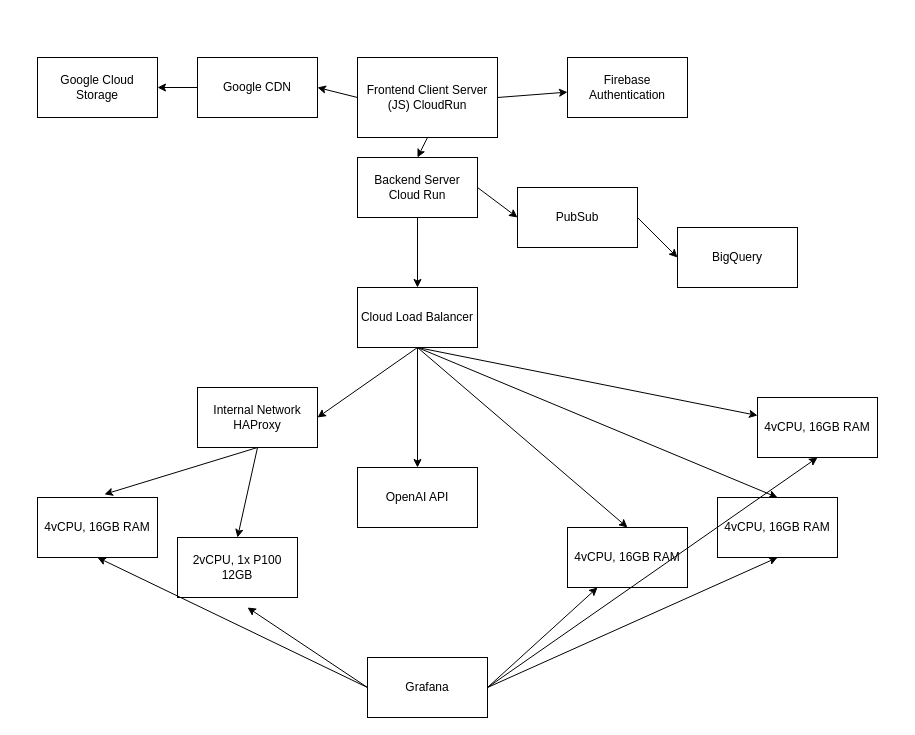
mzen17/Character-Neural-Engine keeps this draw.io diagram as diagrams/infrastructure.drawio. Above is the earlier version. Source tidied: cells renumbered, new cells numbered last; positions are measured from the earlier drawing's top-left corner, leaving out a move shared by most shapes. Both pictures are drawn from the tidied source at 100%, with x=0, y=0 at pixel (37, 57).
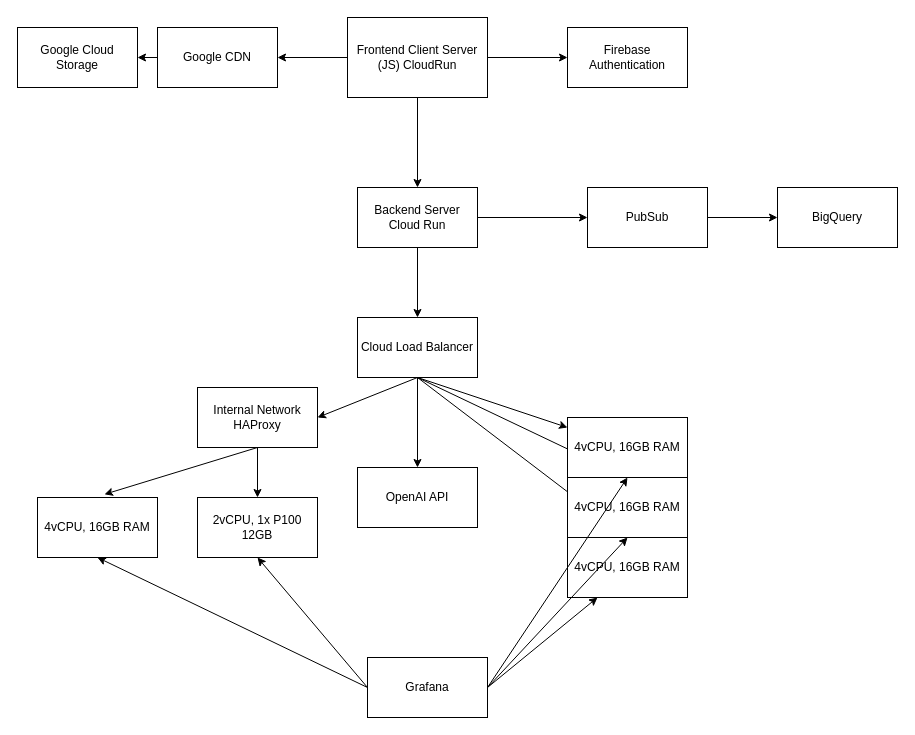
After the change.

Unchanged cells that the change refers to:
```xml
<mxCell id="36" value="Grafana" style="rounded=0;whiteSpace=wrap;html=1;" parent="1" vertex="1">
  <mxGeometry x="330" y="600" width="120" height="60" as="geometry" />
</mxCell>
```

Change to the diagram source:
```diff
@@
     <mxCell id="5" value="Frontend Client Server (JS) CloudRun" style="rounded=0;whiteSpace=wrap;html=1;" parent="1" vertex="1">
-      <mxGeometry x="320" width="140" height="80" as="geometry" />
+      <mxGeometry x="310" y="-40" width="140" height="80" as="geometry" />
     </mxCell>
@@
     <mxCell id="7" value="Google CDN" style="rounded=0;whiteSpace=wrap;html=1;" parent="1" vertex="1">
-      <mxGeometry x="160" width="120" height="60" as="geometry" />
+      <mxGeometry x="120" y="-30" width="120" height="60" as="geometry" />
     </mxCell>
     <mxCell id="8" value="Google Cloud Storage" style="rounded=0;whiteSpace=wrap;html=1;" parent="1" vertex="1">
-      <mxGeometry width="120" height="60" as="geometry" />
+      <mxGeometry x="-20" y="-30" width="120" height="60" as="geometry" />
     </mxCell>
@@
     <mxCell id="17" value="Cloud Load Balancer" style="rounded=0;whiteSpace=wrap;html=1;" parent="1" vertex="1">
-      <mxGeometry x="320" y="230" width="120" height="60" as="geometry" />
+      <mxGeometry x="320" y="260" width="120" height="60" as="geometry" />
     </mxCell>
@@
     <mxCell id="20" value="Backend Server Cloud Run" style="rounded=0;whiteSpace=wrap;html=1;" parent="1" vertex="1">
-      <mxGeometry x="320" y="100" width="120" height="60" as="geometry" />
+      <mxGeometry x="320" y="130" width="120" height="60" as="geometry" />
     </mxCell>
     <mxCell id="21" value="2vCPU, 1x P100 12GB" style="rounded=0;whiteSpace=wrap;html=1;" parent="1" vertex="1">
-      <mxGeometry x="140" y="480" width="120" height="60" as="geometry" />
+      <mxGeometry x="160" y="440" width="120" height="60" as="geometry" />
     </mxCell>
     <mxCell id="22" value="4vCPU, 16GB RAM" style="rounded=0;whiteSpace=wrap;html=1;" parent="1" vertex="1">
-      <mxGeometry x="530" y="470" width="120" height="60" as="geometry" />
+      <mxGeometry x="530" y="480" width="120" height="60" as="geometry" />
     </mxCell>
     <mxCell id="23" value="4vCPU, 16GB RAM" style="rounded=0;whiteSpace=wrap;html=1;" parent="1" vertex="1">
-      <mxGeometry x="680" y="440" width="120" height="60" as="geometry" />
+      <mxGeometry x="530" y="420" width="120" height="60" as="geometry" />
     </mxCell>
     <mxCell id="24" value="4vCPU, 16GB RAM" style="rounded=0;whiteSpace=wrap;html=1;" parent="1" vertex="1">
-      <mxGeometry x="720" y="340" width="120" height="60" as="geometry" />
+      <mxGeometry x="530" y="360" width="120" height="60" as="geometry" />
     </mxCell>
@@
     <mxCell id="28" value="PubSub" style="rounded=0;whiteSpace=wrap;html=1;" parent="1" vertex="1">
-      <mxGeometry x="480" y="130" width="120" height="60" as="geometry" />
+      <mxGeometry x="550" y="130" width="120" height="60" as="geometry" />
     </mxCell>
     <mxCell id="29" value="Firebase Authentication" style="rounded=0;whiteSpace=wrap;html=1;" parent="1" vertex="1">
-      <mxGeometry x="530" width="120" height="60" as="geometry" />
+      <mxGeometry x="530" y="-30" width="120" height="60" as="geometry" />
     </mxCell>
     <mxCell id="30" value="BigQuery" style="rounded=0;whiteSpace=wrap;html=1;" parent="1" vertex="1">
-      <mxGeometry x="640" y="170" width="120" height="60" as="geometry" />
+      <mxGeometry x="740" y="130" width="120" height="60" as="geometry" />
     </mxCell>
@@
-    <mxCell id="32" style="edgeStyle=none;html=1;exitX=0;exitY=0.5;exitDx=0;exitDy=0;" parent="1" edge="1" source="36">
-      <mxGeometry relative="1" as="geometry">
-        <mxPoint x="210" y="550" as="targetPoint" />
-      </mxGeometry>
+    <mxCell id="32" style="edgeStyle=none;html=1;exitX=0;exitY=0.5;exitDx=0;exitDy=0;entryX=0.5;entryY=1;entryDx=0;entryDy=0;" parent="1" edge="1" source="36" target="21">
+      <mxGeometry relative="1" as="geometry" />
     </mxCell>
@@
-    <mxCell id="34" style="edgeStyle=none;html=1;exitX=1;exitY=0.5;exitDx=0;exitDy=0;entryX=0.5;entryY=1;entryDx=0;entryDy=0;" parent="1" edge="1" source="36" target="23">
-      <mxGeometry relative="1" as="geometry" />
+    <mxCell id="34" style="edgeStyle=none;html=1;exitX=1;exitY=0.5;exitDx=0;exitDy=0;" parent="1" edge="1" source="36">
+      <mxGeometry relative="1" as="geometry">
+        <mxPoint x="590" y="480" as="targetPoint" />
+      </mxGeometry>
     </mxCell>
```
